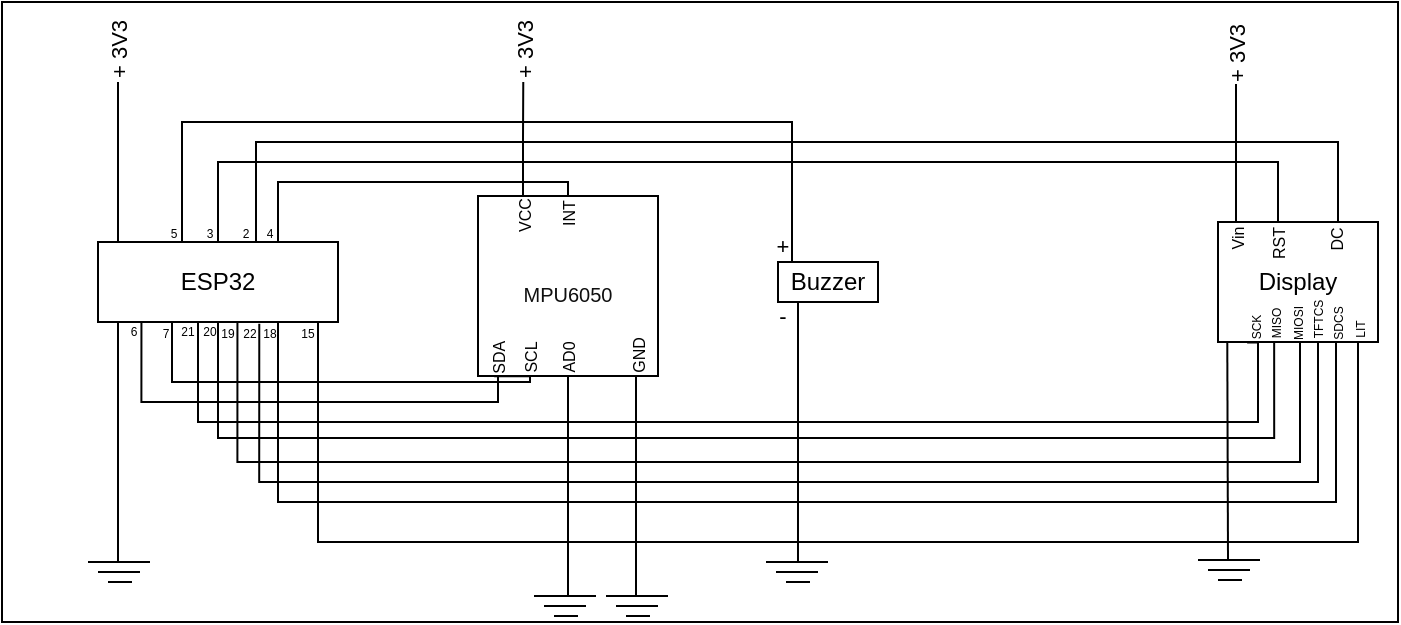
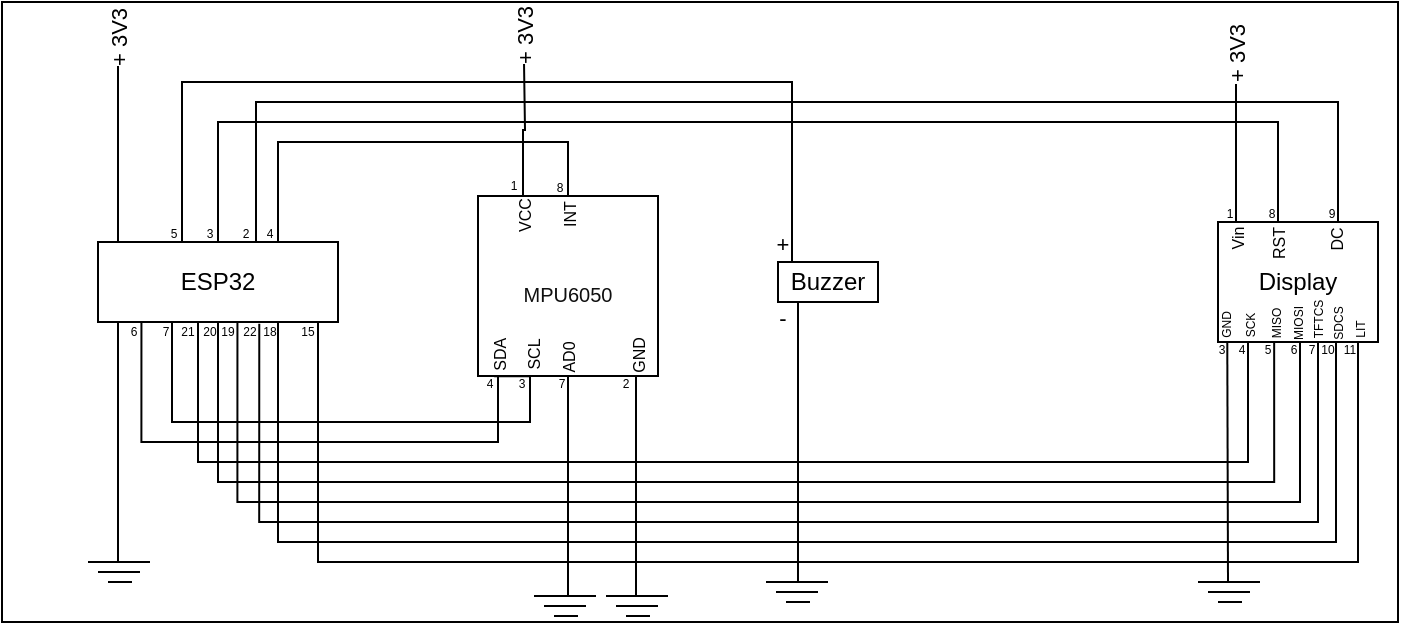
<mxfile host="app.diagrams.net">
  <diagram name="Página-1" id="3mdXJZLU5ReH_3lBkEa-">
-     <mxGraphModel dx="1228" dy="539" grid="1" gridSize="10" guides="1" tooltips="1" connect="1" arrows="1" fold="1" page="1" pageScale="1" pageWidth="3300" pageHeight="2339" math="0" shadow="0">
+     <mxGraphModel dx="834" dy="327" grid="1" gridSize="10" guides="1" tooltips="1" connect="1" arrows="1" fold="1" page="1" pageScale="1" pageWidth="3300" pageHeight="2339" math="0" shadow="0">
      <root>
        <mxCell id="0" />
        <mxCell id="1" parent="0" />
        <mxCell id="qz3H1VhhWzxwf0fb9j13-52" parent="1" style="rounded=0;whiteSpace=wrap;html=1;" value="" vertex="1">
          <mxGeometry height="310" width="698" x="112" as="geometry" />
        </mxCell>
        <mxCell id="qz3H1VhhWzxwf0fb9j13-23" edge="1" parent="1" source="y2I1mGpYqt_pXc-Sz4LI-9" style="edgeStyle=orthogonalEdgeStyle;rounded=0;orthogonalLoop=1;jettySize=auto;html=1;exitX=0.25;exitY=0;exitDx=0;exitDy=0;endArrow=none;endFill=0;">
          <mxGeometry relative="1" as="geometry">
-             <mxPoint x="372.6363636363636" y="40" as="targetPoint" />
+             <mxPoint x="373" y="30" as="targetPoint" />
          </mxGeometry>
        </mxCell>
        <mxCell id="y2I1mGpYqt_pXc-Sz4LI-9" parent="1" style="whiteSpace=wrap;html=1;aspect=fixed;" value="&lt;h1 class=&quot;title&quot; style=&quot;box-sizing: border-box; -webkit-tap-highlight-color: rgba(0, 0, 0, 0); grid-area: title; margin: 0px; color: rgb(15, 15, 15); display: -webkit-box; -webkit-line-clamp: 4; -webkit-box-orient: vertical; text-overflow: ellipsis; text-align: start; line-height: 1.2 !important; font-weight: 400 !important;&quot;&gt;&lt;font face=&quot;Helvetica&quot; style=&quot;font-size: 10px;&quot;&gt;MPU6050&lt;/font&gt;&lt;/h1&gt;" vertex="1">
          <mxGeometry height="90" width="90" x="350" y="97" as="geometry" />
        </mxCell>
        <mxCell id="y2I1mGpYqt_pXc-Sz4LI-19" edge="1" parent="1" source="y2I1mGpYqt_pXc-Sz4LI-1" style="edgeStyle=orthogonalEdgeStyle;rounded=0;orthogonalLoop=1;jettySize=auto;html=1;exitX=0.181;exitY=0.996;exitDx=0;exitDy=0;startArrow=none;startFill=0;endArrow=none;endFill=0;exitPerimeter=0;">
          <mxGeometry relative="1" as="geometry">
            <Array as="points">
-               <mxPoint x="182" y="200" />
-               <mxPoint x="360" y="200" />
+               <mxPoint x="182" y="220" />
+               <mxPoint x="360" y="220" />
            </Array>
            <mxPoint x="360" y="187" as="targetPoint" />
          </mxGeometry>
        </mxCell>
        <mxCell id="y2I1mGpYqt_pXc-Sz4LI-20" connectable="0" parent="y2I1mGpYqt_pXc-Sz4LI-19" style="edgeLabel;html=1;align=center;verticalAlign=middle;resizable=0;points=[];rotation=-90;" value="&lt;font style=&quot;font-size: 8px;&quot;&gt;SDA&amp;nbsp;&lt;/font&gt;" vertex="1">
          <mxGeometry relative="1" x="0.3338" y="-2" as="geometry">
-             <mxPoint x="63" y="-25" as="offset" />
+             <mxPoint x="57" y="-46" as="offset" />
          </mxGeometry>
        </mxCell>
        <mxCell id="y2I1mGpYqt_pXc-Sz4LI-24" edge="1" parent="1" source="y2I1mGpYqt_pXc-Sz4LI-1" style="edgeStyle=orthogonalEdgeStyle;rounded=0;orthogonalLoop=1;jettySize=auto;html=1;exitX=0.75;exitY=0;exitDx=0;exitDy=0;entryX=0.5;entryY=0;entryDx=0;entryDy=0;endArrow=none;endFill=0;" target="y2I1mGpYqt_pXc-Sz4LI-9">
          <mxGeometry relative="1" as="geometry">
            <Array as="points">
-               <mxPoint x="250" y="90" />
-               <mxPoint x="395" y="90" />
+               <mxPoint x="250" y="70" />
+               <mxPoint x="395" y="70" />
            </Array>
          </mxGeometry>
        </mxCell>
        <mxCell id="y2I1mGpYqt_pXc-Sz4LI-25" connectable="0" parent="y2I1mGpYqt_pXc-Sz4LI-24" style="edgeLabel;html=1;align=center;verticalAlign=middle;resizable=0;points=[];rotation=-90;" value="&lt;font style=&quot;font-size: 8px;&quot;&gt;INT&lt;/font&gt;" vertex="1">
          <mxGeometry relative="1" x="-0.5736" y="2" as="geometry">
-             <mxPoint x="135" y="18" as="offset" />
+             <mxPoint x="147" y="34" as="offset" />
          </mxGeometry>
        </mxCell>
        <mxCell id="y2I1mGpYqt_pXc-Sz4LI-28" edge="1" parent="1" style="edgeStyle=orthogonalEdgeStyle;rounded=0;orthogonalLoop=1;jettySize=auto;html=1;exitX=0.5;exitY=0;exitDx=0;exitDy=0;entryX=0.5;entryY=0;entryDx=0;entryDy=0;endArrow=none;endFill=0;">
          <mxGeometry relative="1" as="geometry">
            <Array as="points">
-               <mxPoint x="202" y="60" />
-               <mxPoint x="507" y="60" />
+               <mxPoint x="202" y="40" />
+               <mxPoint x="507" y="40" />
            </Array>
            <mxPoint x="202" y="120" as="sourcePoint" />
            <mxPoint x="507" y="130" as="targetPoint" />
          </mxGeometry>
        </mxCell>
        <mxCell id="y2I1mGpYqt_pXc-Sz4LI-30" connectable="0" parent="y2I1mGpYqt_pXc-Sz4LI-28" style="edgeLabel;html=1;align=center;verticalAlign=middle;resizable=0;points=[];" value="&lt;div style=&quot;text-align: start;&quot;&gt;&lt;br&gt;&lt;/div&gt;" vertex="1">
          <mxGeometry relative="1" x="0.8687" y="2" as="geometry">
            <mxPoint as="offset" />
          </mxGeometry>
        </mxCell>
        <mxCell id="y2I1mGpYqt_pXc-Sz4LI-58" connectable="0" parent="y2I1mGpYqt_pXc-Sz4LI-28" style="edgeLabel;html=1;align=center;verticalAlign=middle;resizable=0;points=[];" value="+" vertex="1">
          <mxGeometry relative="1" x="0.9508" y="-2" as="geometry">
            <mxPoint x="-3" y="2" as="offset" />
          </mxGeometry>
        </mxCell>
        <mxCell id="y2I1mGpYqt_pXc-Sz4LI-39" edge="1" parent="1" source="y2I1mGpYqt_pXc-Sz4LI-1" style="edgeStyle=orthogonalEdgeStyle;rounded=0;orthogonalLoop=1;jettySize=auto;html=1;exitX=0.5;exitY=1;exitDx=0;exitDy=0;entryX=0.182;entryY=1.004;entryDx=0;entryDy=0;endArrow=none;endFill=0;entryPerimeter=0;" target="y2I1mGpYqt_pXc-Sz4LI-8">
          <mxGeometry relative="1" as="geometry">
            <Array as="points">
              <mxPoint x="210" y="160" />
-               <mxPoint x="210" y="210" />
-               <mxPoint x="740" y="210" />
-               <mxPoint x="740" y="170" />
+               <mxPoint x="210" y="230" />
+               <mxPoint x="735" y="230" />
+               <mxPoint x="735" y="170" />
            </Array>
          </mxGeometry>
        </mxCell>
        <mxCell id="y2I1mGpYqt_pXc-Sz4LI-47" edge="1" parent="1" source="y2I1mGpYqt_pXc-Sz4LI-1" style="edgeStyle=orthogonalEdgeStyle;rounded=0;orthogonalLoop=1;jettySize=auto;html=1;exitX=0.5;exitY=0;exitDx=0;exitDy=0;entryX=0.25;entryY=0;entryDx=0;entryDy=0;endArrow=none;endFill=0;" target="y2I1mGpYqt_pXc-Sz4LI-8">
          <mxGeometry relative="1" as="geometry">
            <Array as="points">
-               <mxPoint x="220" y="80" />
-               <mxPoint x="750" y="80" />
+               <mxPoint x="220" y="60" />
+               <mxPoint x="750" y="60" />
              <mxPoint x="750" y="110" />
            </Array>
          </mxGeometry>
        </mxCell>
        <mxCell id="y2I1mGpYqt_pXc-Sz4LI-1" parent="1" style="rounded=0;whiteSpace=wrap;html=1;" value="ESP32" vertex="1">
          <mxGeometry height="40" width="120" x="160" y="120" as="geometry" />
        </mxCell>
        <mxCell id="y2I1mGpYqt_pXc-Sz4LI-4" edge="1" parent="1" style="endArrow=none;html=1;rounded=0;" value="">
          <mxGeometry height="50" relative="1" width="50" as="geometry">
            <mxPoint x="170" y="120" as="sourcePoint" />
-             <mxPoint x="170" y="40" as="targetPoint" />
+             <mxPoint x="170" y="30" as="targetPoint" />
          </mxGeometry>
        </mxCell>
        <mxCell id="y2I1mGpYqt_pXc-Sz4LI-5" connectable="0" parent="y2I1mGpYqt_pXc-Sz4LI-4" style="edgeLabel;html=1;align=center;verticalAlign=middle;resizable=0;points=[];rotation=-90;" value="+ 3V3" vertex="1">
          <mxGeometry relative="1" x="-0.4" y="-2" as="geometry">
-             <mxPoint x="-2" y="-72" as="offset" />
+             <mxPoint x="-2" y="-75" as="offset" />
          </mxGeometry>
        </mxCell>
        <mxCell id="y2I1mGpYqt_pXc-Sz4LI-8" parent="1" style="rounded=0;whiteSpace=wrap;html=1;" value="Display" vertex="1">
          <mxGeometry height="60" width="80" x="720" y="110" as="geometry" />
        </mxCell>
        <mxCell id="y2I1mGpYqt_pXc-Sz4LI-10" edge="1" parent="1" style="endArrow=none;html=1;rounded=0;" value="">
          <mxGeometry height="50" relative="1" width="50" as="geometry">
            <mxPoint x="170" y="280" as="sourcePoint" />
            <mxPoint x="170" y="160" as="targetPoint" />
          </mxGeometry>
        </mxCell>
        <mxCell id="y2I1mGpYqt_pXc-Sz4LI-14" edge="1" parent="1" style="endArrow=none;html=1;rounded=0;" value="">
          <mxGeometry height="50" relative="1" width="50" as="geometry">
            <mxPoint x="429" y="297" as="sourcePoint" />
            <mxPoint x="429" y="187" as="targetPoint" />
          </mxGeometry>
        </mxCell>
        <mxCell id="y2I1mGpYqt_pXc-Sz4LI-15" connectable="0" parent="y2I1mGpYqt_pXc-Sz4LI-14" style="edgeLabel;html=1;align=center;verticalAlign=middle;resizable=0;points=[];rotation=-90;" value="&lt;font style=&quot;font-size: 8px;&quot;&gt;GND&lt;/font&gt;" vertex="1">
          <mxGeometry relative="1" x="-0.4" y="-2" as="geometry">
            <mxPoint x="-2" y="-87" as="offset" />
          </mxGeometry>
        </mxCell>
        <mxCell id="y2I1mGpYqt_pXc-Sz4LI-16" edge="1" parent="1" style="endArrow=none;html=1;rounded=0;entryX=0.333;entryY=0.833;entryDx=0;entryDy=0;entryPerimeter=0;" value="">
          <mxGeometry height="50" relative="1" width="50" as="geometry">
-             <mxPoint x="510" y="280" as="sourcePoint" />
+             <mxPoint x="510" y="290" as="sourcePoint" />
            <mxPoint x="509.99" y="149.99" as="targetPoint" />
          </mxGeometry>
        </mxCell>
        <mxCell id="y2I1mGpYqt_pXc-Sz4LI-59" connectable="0" parent="y2I1mGpYqt_pXc-Sz4LI-16" style="edgeLabel;html=1;align=center;verticalAlign=middle;resizable=0;points=[];" value="-" vertex="1">
          <mxGeometry relative="1" x="0.8884" as="geometry">
            <mxPoint x="-8" as="offset" />
          </mxGeometry>
        </mxCell>
        <mxCell id="y2I1mGpYqt_pXc-Sz4LI-18" parent="1" style="rounded=0;whiteSpace=wrap;html=1;" value="Buzzer" vertex="1">
          <mxGeometry height="20" width="50" x="500" y="130" as="geometry" />
        </mxCell>
        <mxCell id="y2I1mGpYqt_pXc-Sz4LI-22" edge="1" parent="1" style="edgeStyle=orthogonalEdgeStyle;rounded=0;orthogonalLoop=1;jettySize=auto;html=1;exitX=0.5;exitY=1;exitDx=0;exitDy=0;entryX=0.09;entryY=1.001;entryDx=0;entryDy=0;entryPerimeter=0;endArrow=none;endFill=0;" target="y2I1mGpYqt_pXc-Sz4LI-9">
          <mxGeometry relative="1" as="geometry">
            <Array as="points">
-               <mxPoint x="197" y="190" />
-               <mxPoint x="376" y="190" />
+               <mxPoint x="197" y="210" />
+               <mxPoint x="376" y="210" />
              <mxPoint x="376" y="187" />
            </Array>
            <mxPoint x="197" y="160" as="sourcePoint" />
            <mxPoint x="377" y="170" as="targetPoint" />
          </mxGeometry>
        </mxCell>
        <mxCell id="y2I1mGpYqt_pXc-Sz4LI-23" connectable="0" parent="y2I1mGpYqt_pXc-Sz4LI-22" style="edgeLabel;html=1;align=center;verticalAlign=middle;resizable=0;points=[];rotation=-90;fillColor=none;" value="&lt;font style=&quot;font-size: 8px;&quot;&gt;SCL&lt;/font&gt;" vertex="1">
          <mxGeometry relative="1" x="0.1246" y="1" as="geometry">
-             <mxPoint x="79" y="-11" as="offset" />
+             <mxPoint x="78" y="-32" as="offset" />
          </mxGeometry>
        </mxCell>
        <mxCell id="y2I1mGpYqt_pXc-Sz4LI-26" edge="1" parent="1" style="endArrow=none;html=1;rounded=0;" value="">
          <mxGeometry height="50" relative="1" width="50" as="geometry">
            <mxPoint x="395" y="297" as="sourcePoint" />
            <mxPoint x="395" y="187" as="targetPoint" />
          </mxGeometry>
        </mxCell>
        <mxCell id="y2I1mGpYqt_pXc-Sz4LI-27" connectable="0" parent="y2I1mGpYqt_pXc-Sz4LI-26" style="edgeLabel;html=1;align=center;verticalAlign=middle;resizable=0;points=[];rotation=-90;" value="&lt;font style=&quot;font-size: 8px;&quot;&gt;AD0&lt;/font&gt;" vertex="1">
          <mxGeometry relative="1" x="-0.4" y="-2" as="geometry">
            <mxPoint x="-3" y="-86" as="offset" />
          </mxGeometry>
        </mxCell>
        <mxCell id="y2I1mGpYqt_pXc-Sz4LI-32" edge="1" parent="1" style="endArrow=none;html=1;rounded=0;" value="">
          <mxGeometry height="50" relative="1" width="50" as="geometry">
            <mxPoint x="729" y="110" as="sourcePoint" />
            <mxPoint x="729" y="41" as="targetPoint" />
          </mxGeometry>
        </mxCell>
        <mxCell id="y2I1mGpYqt_pXc-Sz4LI-33" connectable="0" parent="y2I1mGpYqt_pXc-Sz4LI-32" style="edgeLabel;html=1;align=center;verticalAlign=middle;resizable=0;points=[];rotation=-90;" value="&lt;font style=&quot;font-size: 8px;&quot;&gt;Vin&lt;/font&gt;" vertex="1">
          <mxGeometry relative="1" x="-0.4" y="-2" as="geometry">
            <mxPoint x="-2" y="29" as="offset" />
          </mxGeometry>
        </mxCell>
        <mxCell id="y2I1mGpYqt_pXc-Sz4LI-34" edge="1" parent="1" style="endArrow=none;html=1;rounded=0;entryX=0.058;entryY=1.016;entryDx=0;entryDy=0;entryPerimeter=0;" value="">
          <mxGeometry height="50" relative="1" width="50" as="geometry">
-             <mxPoint x="725" y="279" as="sourcePoint" />
+             <mxPoint x="725" y="290" as="sourcePoint" />
            <mxPoint x="724.6400000000001" y="169.95999999999998" as="targetPoint" />
          </mxGeometry>
        </mxCell>
        <mxCell id="y2I1mGpYqt_pXc-Sz4LI-41" edge="1" parent="1" style="edgeStyle=orthogonalEdgeStyle;rounded=0;orthogonalLoop=1;jettySize=auto;html=1;entryX=0.351;entryY=0.998;entryDx=0;entryDy=0;endArrow=none;endFill=0;entryPerimeter=0;" target="y2I1mGpYqt_pXc-Sz4LI-8">
          <mxGeometry relative="1" as="geometry">
            <Array as="points">
-               <mxPoint x="220" y="218" />
-               <mxPoint x="748" y="218" />
+               <mxPoint x="220" y="240" />
+               <mxPoint x="748" y="240" />
            </Array>
            <mxPoint x="220" y="160" as="sourcePoint" />
            <mxPoint x="748.64" y="168.45999999999998" as="targetPoint" />
          </mxGeometry>
        </mxCell>
        <mxCell id="y2I1mGpYqt_pXc-Sz4LI-43" edge="1" parent="1" source="y2I1mGpYqt_pXc-Sz4LI-1" style="edgeStyle=orthogonalEdgeStyle;rounded=0;orthogonalLoop=1;jettySize=auto;html=1;exitX=0.581;exitY=0.998;exitDx=0;exitDy=0;endArrow=none;endFill=0;exitPerimeter=0;">
          <mxGeometry relative="1" as="geometry">
            <Array as="points">
-               <mxPoint x="230" y="230" />
-               <mxPoint x="761" y="230" />
+               <mxPoint x="230" y="250" />
+               <mxPoint x="761" y="250" />
            </Array>
            <mxPoint x="241" y="160" as="sourcePoint" />
            <mxPoint x="761" y="170" as="targetPoint" />
          </mxGeometry>
        </mxCell>
        <mxCell id="y2I1mGpYqt_pXc-Sz4LI-45" edge="1" parent="1" source="y2I1mGpYqt_pXc-Sz4LI-1" style="edgeStyle=orthogonalEdgeStyle;rounded=0;orthogonalLoop=1;jettySize=auto;html=1;exitX=0.672;exitY=1.023;exitDx=0;exitDy=0;endArrow=none;endFill=0;exitPerimeter=0;">
          <mxGeometry relative="1" as="geometry">
            <Array as="points">
-               <mxPoint x="241" y="240" />
-               <mxPoint x="770" y="240" />
+               <mxPoint x="241" y="260" />
+               <mxPoint x="770" y="260" />
            </Array>
            <mxPoint x="250" y="160" as="sourcePoint" />
            <mxPoint x="770" y="170" as="targetPoint" />
          </mxGeometry>
        </mxCell>
        <mxCell id="y2I1mGpYqt_pXc-Sz4LI-49" edge="1" parent="1" style="edgeStyle=orthogonalEdgeStyle;rounded=0;orthogonalLoop=1;jettySize=auto;html=1;exitX=0.5;exitY=0;exitDx=0;exitDy=0;entryX=0.25;entryY=0;entryDx=0;entryDy=0;endArrow=none;endFill=0;">
          <mxGeometry relative="1" as="geometry">
            <Array as="points">
-               <mxPoint x="239" y="70" />
-               <mxPoint x="780" y="70" />
+               <mxPoint x="239" y="50" />
+               <mxPoint x="780" y="50" />
              <mxPoint x="780" y="110" />
            </Array>
            <mxPoint x="239" y="120" as="sourcePoint" />
            <mxPoint x="759" y="110" as="targetPoint" />
          </mxGeometry>
        </mxCell>
        <mxCell id="y2I1mGpYqt_pXc-Sz4LI-51" edge="1" parent="1" style="edgeStyle=orthogonalEdgeStyle;rounded=0;orthogonalLoop=1;jettySize=auto;html=1;exitX=0.5;exitY=1;exitDx=0;exitDy=0;endArrow=none;endFill=0;">
          <mxGeometry relative="1" as="geometry">
            <Array as="points">
              <mxPoint x="250" y="160" />
-               <mxPoint x="250" y="250" />
-               <mxPoint x="779" y="250" />
+               <mxPoint x="250" y="270" />
+               <mxPoint x="779" y="270" />
            </Array>
            <mxPoint x="259" y="160" as="sourcePoint" />
            <mxPoint x="779" y="170" as="targetPoint" />
          </mxGeometry>
        </mxCell>
        <mxCell id="y2I1mGpYqt_pXc-Sz4LI-55" edge="1" parent="1" style="edgeStyle=orthogonalEdgeStyle;rounded=0;orthogonalLoop=1;jettySize=auto;html=1;exitX=0.5;exitY=1;exitDx=0;exitDy=0;endArrow=none;endFill=0;">
          <mxGeometry relative="1" as="geometry">
            <Array as="points">
-               <mxPoint x="270" y="270" />
-               <mxPoint x="790" y="270" />
+               <mxPoint x="270" y="280" />
+               <mxPoint x="790" y="280" />
            </Array>
            <mxPoint x="270" y="160" as="sourcePoint" />
            <mxPoint x="790" y="170" as="targetPoint" />
          </mxGeometry>
        </mxCell>
        <mxCell id="qz3H1VhhWzxwf0fb9j13-1" parent="1" style="text;html=1;whiteSpace=wrap;strokeColor=none;fillColor=none;align=center;verticalAlign=middle;rounded=0;" value="&lt;font style=&quot;font-size: 6px;&quot;&gt;6&lt;/font&gt;" vertex="1">
          <mxGeometry height="10" width="8" x="174" y="158" as="geometry" />
        </mxCell>
        <mxCell id="qz3H1VhhWzxwf0fb9j13-2" parent="1" style="text;html=1;whiteSpace=wrap;strokeColor=none;fillColor=none;align=center;verticalAlign=middle;rounded=0;" value="&lt;font style=&quot;font-size: 6px;&quot;&gt;7&lt;/font&gt;" vertex="1">
-           <mxGeometry height="10" width="8" x="190" y="159" as="geometry" />
+           <mxGeometry height="10" width="8" x="190" y="158" as="geometry" />
        </mxCell>
        <mxCell id="qz3H1VhhWzxwf0fb9j13-3" parent="1" style="text;html=1;whiteSpace=wrap;strokeColor=none;fillColor=none;align=center;verticalAlign=middle;rounded=0;" value="&lt;font style=&quot;font-size: 6px;&quot;&gt;21&lt;/font&gt;" vertex="1">
          <mxGeometry height="10" width="8" x="201" y="158" as="geometry" />
        </mxCell>
        <mxCell id="qz3H1VhhWzxwf0fb9j13-4" parent="1" style="text;html=1;whiteSpace=wrap;strokeColor=none;fillColor=none;align=center;verticalAlign=middle;rounded=0;" value="&lt;font style=&quot;font-size: 6px;&quot;&gt;20&lt;/font&gt;" vertex="1">
          <mxGeometry height="10" width="8" x="212" y="158" as="geometry" />
        </mxCell>
        <mxCell id="qz3H1VhhWzxwf0fb9j13-5" parent="1" style="text;html=1;whiteSpace=wrap;strokeColor=none;fillColor=none;align=center;verticalAlign=middle;rounded=0;" value="&lt;font style=&quot;font-size: 6px;&quot;&gt;19&lt;/font&gt;" vertex="1">
-           <mxGeometry height="10" width="8" x="221" y="159" as="geometry" />
+           <mxGeometry height="10" width="8" x="221" y="158" as="geometry" />
        </mxCell>
        <mxCell id="qz3H1VhhWzxwf0fb9j13-6" parent="1" style="text;html=1;whiteSpace=wrap;strokeColor=none;fillColor=none;align=center;verticalAlign=middle;rounded=0;" value="&lt;font style=&quot;font-size: 6px;&quot;&gt;22&lt;/font&gt;" vertex="1">
-           <mxGeometry height="10" width="8" x="232" y="159" as="geometry" />
+           <mxGeometry height="10" width="8" x="232" y="158" as="geometry" />
        </mxCell>
        <mxCell id="qz3H1VhhWzxwf0fb9j13-10" parent="1" style="text;html=1;whiteSpace=wrap;strokeColor=none;fillColor=none;align=center;verticalAlign=middle;rounded=0;" value="&lt;font style=&quot;font-size: 6px;&quot;&gt;18&lt;/font&gt;" vertex="1">
-           <mxGeometry height="10" width="8" x="242" y="159" as="geometry" />
+           <mxGeometry height="10" width="8" x="242" y="158" as="geometry" />
        </mxCell>
        <mxCell id="qz3H1VhhWzxwf0fb9j13-12" parent="1" style="text;html=1;whiteSpace=wrap;strokeColor=none;fillColor=none;align=center;verticalAlign=middle;rounded=0;" value="&lt;font style=&quot;font-size: 6px;&quot;&gt;15&lt;/font&gt;" vertex="1">
-           <mxGeometry height="10" width="8" x="261" y="159" as="geometry" />
+           <mxGeometry height="10" width="8" x="261" y="158" as="geometry" />
        </mxCell>
        <mxCell id="qz3H1VhhWzxwf0fb9j13-14" parent="1" style="text;html=1;whiteSpace=wrap;strokeColor=none;fillColor=none;align=center;verticalAlign=middle;rounded=0;" value="&lt;font style=&quot;font-size: 6px;&quot;&gt;5&lt;/font&gt;" vertex="1">
          <mxGeometry height="10" width="8" x="194" y="109" as="geometry" />
        </mxCell>
        <mxCell id="qz3H1VhhWzxwf0fb9j13-16" parent="1" style="text;html=1;whiteSpace=wrap;strokeColor=none;fillColor=none;align=center;verticalAlign=middle;rounded=0;" value="&lt;font style=&quot;font-size: 6px;&quot;&gt;4&lt;/font&gt;" vertex="1">
          <mxGeometry height="10" width="8" x="242" y="109" as="geometry" />
        </mxCell>
        <mxCell id="qz3H1VhhWzxwf0fb9j13-18" connectable="0" parent="1" style="edgeLabel;html=1;align=center;verticalAlign=middle;resizable=0;points=[];rotation=-90;" value="+ 3V3" vertex="1">
-           <mxGeometry x="373" y="24" as="geometry" />
+           <mxGeometry x="373" y="17" as="geometry" />
        </mxCell>
        <mxCell id="qz3H1VhhWzxwf0fb9j13-19" connectable="0" parent="1" style="edgeLabel;html=1;align=center;verticalAlign=middle;resizable=0;points=[];rotation=-90;" value="+ 3V3" vertex="1">
          <mxGeometry x="671" y="102" as="geometry">
            <mxPoint x="76" y="57.99999999999999" as="offset" />
          </mxGeometry>
        </mxCell>
        <mxCell id="qz3H1VhhWzxwf0fb9j13-20" parent="1" style="text;html=1;whiteSpace=wrap;strokeColor=none;fillColor=none;align=center;verticalAlign=middle;rounded=0;" value="&lt;font style=&quot;font-size: 6px;&quot;&gt;2&lt;/font&gt;" vertex="1">
          <mxGeometry height="10" width="8" x="230" y="109" as="geometry" />
        </mxCell>
        <mxCell id="qz3H1VhhWzxwf0fb9j13-21" parent="1" style="text;html=1;whiteSpace=wrap;strokeColor=none;fillColor=none;align=center;verticalAlign=middle;rounded=0;" value="&lt;font style=&quot;font-size: 6px;&quot;&gt;3&lt;/font&gt;" vertex="1">
          <mxGeometry height="10" width="8" x="212" y="109" as="geometry" />
        </mxCell>
        <mxCell id="qz3H1VhhWzxwf0fb9j13-28" connectable="0" parent="1" style="group" value="" vertex="1">
          <mxGeometry height="10" width="31" x="155" y="280" as="geometry" />
        </mxCell>
        <mxCell id="qz3H1VhhWzxwf0fb9j13-24" edge="1" parent="qz3H1VhhWzxwf0fb9j13-28" style="endArrow=none;html=1;rounded=0;" value="">
          <mxGeometry height="50" relative="1" width="50" as="geometry">
            <mxPoint as="sourcePoint" />
            <mxPoint x="31" as="targetPoint" />
          </mxGeometry>
        </mxCell>
        <mxCell id="qz3H1VhhWzxwf0fb9j13-26" edge="1" parent="qz3H1VhhWzxwf0fb9j13-28" style="endArrow=none;html=1;rounded=0;" value="">
          <mxGeometry height="50" relative="1" width="50" as="geometry">
            <mxPoint x="5" y="5" as="sourcePoint" />
            <mxPoint x="26" y="5" as="targetPoint" />
          </mxGeometry>
        </mxCell>
        <mxCell id="qz3H1VhhWzxwf0fb9j13-27" edge="1" parent="qz3H1VhhWzxwf0fb9j13-28" style="endArrow=none;html=1;rounded=0;" value="">
          <mxGeometry height="50" relative="1" width="50" as="geometry">
            <mxPoint x="10" y="10" as="sourcePoint" />
            <mxPoint x="22" y="10" as="targetPoint" />
          </mxGeometry>
        </mxCell>
        <mxCell id="qz3H1VhhWzxwf0fb9j13-29" connectable="0" parent="1" style="group" value="" vertex="1">
          <mxGeometry height="10" width="31" x="378" y="297" as="geometry" />
        </mxCell>
        <mxCell id="qz3H1VhhWzxwf0fb9j13-30" edge="1" parent="qz3H1VhhWzxwf0fb9j13-29" style="endArrow=none;html=1;rounded=0;" value="">
          <mxGeometry height="50" relative="1" width="50" as="geometry">
            <mxPoint as="sourcePoint" />
            <mxPoint x="31" as="targetPoint" />
          </mxGeometry>
        </mxCell>
        <mxCell id="qz3H1VhhWzxwf0fb9j13-31" edge="1" parent="qz3H1VhhWzxwf0fb9j13-29" style="endArrow=none;html=1;rounded=0;" value="">
          <mxGeometry height="50" relative="1" width="50" as="geometry">
            <mxPoint x="5" y="5" as="sourcePoint" />
            <mxPoint x="26" y="5" as="targetPoint" />
          </mxGeometry>
        </mxCell>
        <mxCell id="qz3H1VhhWzxwf0fb9j13-32" edge="1" parent="qz3H1VhhWzxwf0fb9j13-29" style="endArrow=none;html=1;rounded=0;" value="">
          <mxGeometry height="50" relative="1" width="50" as="geometry">
            <mxPoint x="10" y="10" as="sourcePoint" />
            <mxPoint x="22" y="10" as="targetPoint" />
          </mxGeometry>
        </mxCell>
        <mxCell id="qz3H1VhhWzxwf0fb9j13-33" connectable="0" parent="1" style="edgeLabel;html=1;align=center;verticalAlign=middle;resizable=0;points=[];rotation=-90;" value="&lt;font style=&quot;font-size: 8px;&quot;&gt;VCC&lt;/font&gt;" vertex="1">
          <mxGeometry x="372" y="107" as="geometry" />
        </mxCell>
        <mxCell id="qz3H1VhhWzxwf0fb9j13-35" connectable="0" parent="1" style="group" value="" vertex="1">
-           <mxGeometry height="10" width="31" x="494" y="280" as="geometry" />
+           <mxGeometry height="10" width="31" x="494" y="290" as="geometry" />
        </mxCell>
        <mxCell id="qz3H1VhhWzxwf0fb9j13-36" edge="1" parent="qz3H1VhhWzxwf0fb9j13-35" style="endArrow=none;html=1;rounded=0;" value="">
          <mxGeometry height="50" relative="1" width="50" as="geometry">
            <mxPoint as="sourcePoint" />
            <mxPoint x="31" as="targetPoint" />
          </mxGeometry>
        </mxCell>
        <mxCell id="qz3H1VhhWzxwf0fb9j13-37" edge="1" parent="qz3H1VhhWzxwf0fb9j13-35" style="endArrow=none;html=1;rounded=0;" value="">
          <mxGeometry height="50" relative="1" width="50" as="geometry">
            <mxPoint x="5" y="5" as="sourcePoint" />
            <mxPoint x="26" y="5" as="targetPoint" />
          </mxGeometry>
        </mxCell>
        <mxCell id="qz3H1VhhWzxwf0fb9j13-38" edge="1" parent="qz3H1VhhWzxwf0fb9j13-35" style="endArrow=none;html=1;rounded=0;" value="">
          <mxGeometry height="50" relative="1" width="50" as="geometry">
            <mxPoint x="10" y="10" as="sourcePoint" />
            <mxPoint x="22" y="10" as="targetPoint" />
          </mxGeometry>
        </mxCell>
        <mxCell id="qz3H1VhhWzxwf0fb9j13-39" connectable="0" parent="1" style="group" value="" vertex="1">
-           <mxGeometry height="10" width="31" x="710" y="279" as="geometry" />
+           <mxGeometry height="10" width="31" x="710" y="290" as="geometry" />
        </mxCell>
        <mxCell id="qz3H1VhhWzxwf0fb9j13-40" edge="1" parent="qz3H1VhhWzxwf0fb9j13-39" style="endArrow=none;html=1;rounded=0;" value="">
          <mxGeometry height="50" relative="1" width="50" as="geometry">
            <mxPoint as="sourcePoint" />
            <mxPoint x="31" as="targetPoint" />
          </mxGeometry>
        </mxCell>
        <mxCell id="qz3H1VhhWzxwf0fb9j13-41" edge="1" parent="qz3H1VhhWzxwf0fb9j13-39" style="endArrow=none;html=1;rounded=0;" value="">
          <mxGeometry height="50" relative="1" width="50" as="geometry">
            <mxPoint x="5" y="5" as="sourcePoint" />
            <mxPoint x="26" y="5" as="targetPoint" />
          </mxGeometry>
        </mxCell>
        <mxCell id="qz3H1VhhWzxwf0fb9j13-42" edge="1" parent="qz3H1VhhWzxwf0fb9j13-39" style="endArrow=none;html=1;rounded=0;" value="">
          <mxGeometry height="50" relative="1" width="50" as="geometry">
            <mxPoint x="10" y="10" as="sourcePoint" />
            <mxPoint x="22" y="10" as="targetPoint" />
          </mxGeometry>
        </mxCell>
        <mxCell id="qz3H1VhhWzxwf0fb9j13-43" connectable="0" parent="1" style="edgeLabel;html=1;align=center;verticalAlign=middle;resizable=0;points=[];rotation=-90;" value="&lt;span style=&quot;font-size: 8px;&quot;&gt;RST&lt;/span&gt;" vertex="1">
          <mxGeometry x="749" y="121" as="geometry" />
        </mxCell>
        <mxCell id="qz3H1VhhWzxwf0fb9j13-44" connectable="0" parent="1" style="edgeLabel;html=1;align=center;verticalAlign=middle;resizable=0;points=[];rotation=-90;" value="&lt;font style=&quot;font-size: 8px;&quot;&gt;DC&lt;/font&gt;" vertex="1">
          <mxGeometry x="778" y="119" as="geometry" />
        </mxCell>
        <mxCell id="qz3H1VhhWzxwf0fb9j13-45" connectable="0" parent="1" style="edgeLabel;html=1;align=center;verticalAlign=middle;resizable=0;points=[];rotation=-90;" value="&lt;font style=&quot;font-size: 6px;&quot;&gt;SCK&lt;/font&gt;" vertex="1">
-           <mxGeometry x="739" y="165" as="geometry">
+           <mxGeometry x="736" y="164" as="geometry">
            <mxPoint x="1.9999999999999998" y="-2" as="offset" />
          </mxGeometry>
        </mxCell>
        <mxCell id="qz3H1VhhWzxwf0fb9j13-46" connectable="0" parent="1" style="edgeLabel;html=1;align=center;verticalAlign=middle;resizable=0;points=[];rotation=-90;" value="&lt;font style=&quot;font-size: 6px;&quot;&gt;MISO&lt;/font&gt;" vertex="1">
          <mxGeometry x="717" y="170" as="geometry">
            <mxPoint x="9.000000000000002" y="30" as="offset" />
          </mxGeometry>
        </mxCell>
        <mxCell id="qz3H1VhhWzxwf0fb9j13-47" connectable="0" parent="1" style="edgeLabel;html=1;align=center;verticalAlign=middle;resizable=0;points=[];rotation=-90;" value="&lt;font style=&quot;font-size: 6px;&quot;&gt;MIOSI&lt;/font&gt;" vertex="1">
          <mxGeometry x="758" y="161" as="geometry" />
        </mxCell>
        <mxCell id="qz3H1VhhWzxwf0fb9j13-48" connectable="0" parent="1" style="edgeLabel;html=1;align=center;verticalAlign=middle;resizable=0;points=[];rotation=-90;" value="&lt;font style=&quot;font-size: 6px;&quot;&gt;TFTCS&lt;/font&gt;" vertex="1">
          <mxGeometry x="768" y="159" as="geometry" />
        </mxCell>
        <mxCell id="qz3H1VhhWzxwf0fb9j13-49" connectable="0" parent="1" style="edgeLabel;html=1;align=center;verticalAlign=middle;resizable=0;points=[];rotation=-90;" value="&lt;font style=&quot;font-size: 6px;&quot;&gt;SDCS&lt;/font&gt;" vertex="1">
          <mxGeometry x="778" y="161" as="geometry" />
        </mxCell>
        <mxCell id="qz3H1VhhWzxwf0fb9j13-50" connectable="0" parent="1" style="edgeLabel;html=1;align=center;verticalAlign=middle;resizable=0;points=[];rotation=-90;" value="&lt;font style=&quot;font-size: 6px;&quot;&gt;LIT&lt;/font&gt;" vertex="1">
          <mxGeometry x="789" y="164" as="geometry" />
        </mxCell>
        <mxCell id="qz3H1VhhWzxwf0fb9j13-53" connectable="0" parent="1" style="group" value="" vertex="1">
          <mxGeometry height="10" width="31" x="414" y="297" as="geometry" />
        </mxCell>
        <mxCell id="qz3H1VhhWzxwf0fb9j13-54" edge="1" parent="qz3H1VhhWzxwf0fb9j13-53" style="endArrow=none;html=1;rounded=0;" value="">
          <mxGeometry height="50" relative="1" width="50" as="geometry">
            <mxPoint as="sourcePoint" />
            <mxPoint x="31" as="targetPoint" />
          </mxGeometry>
        </mxCell>
        <mxCell id="qz3H1VhhWzxwf0fb9j13-55" edge="1" parent="qz3H1VhhWzxwf0fb9j13-53" style="endArrow=none;html=1;rounded=0;" value="">
          <mxGeometry height="50" relative="1" width="50" as="geometry">
            <mxPoint x="5" y="5" as="sourcePoint" />
            <mxPoint x="26" y="5" as="targetPoint" />
          </mxGeometry>
        </mxCell>
        <mxCell id="qz3H1VhhWzxwf0fb9j13-56" edge="1" parent="qz3H1VhhWzxwf0fb9j13-53" style="endArrow=none;html=1;rounded=0;" value="">
          <mxGeometry height="50" relative="1" width="50" as="geometry">
            <mxPoint x="10" y="10" as="sourcePoint" />
            <mxPoint x="22" y="10" as="targetPoint" />
          </mxGeometry>
+         </mxCell>
+         <mxCell id="BXuJ5hug_yDaLdrEltRv-1" parent="1" style="text;html=1;whiteSpace=wrap;strokeColor=none;fillColor=none;align=center;verticalAlign=middle;rounded=0;" value="&lt;font style=&quot;font-size: 6px;&quot;&gt;1&lt;/font&gt;" vertex="1">
+           <mxGeometry height="10" width="8" x="364" y="85" as="geometry" />
+         </mxCell>
+         <mxCell id="BXuJ5hug_yDaLdrEltRv-4" parent="1" style="text;html=1;whiteSpace=wrap;strokeColor=none;fillColor=none;align=center;verticalAlign=middle;rounded=0;" value="&lt;font style=&quot;font-size: 6px;&quot;&gt;2&lt;/font&gt;" vertex="1">
+           <mxGeometry height="10" width="8" x="420" y="184" as="geometry" />
+         </mxCell>
+         <mxCell id="BXuJ5hug_yDaLdrEltRv-5" parent="1" style="text;html=1;whiteSpace=wrap;strokeColor=none;fillColor=none;align=center;verticalAlign=middle;rounded=0;" value="&lt;font style=&quot;font-size: 6px;&quot;&gt;3&lt;/font&gt;" vertex="1">
+           <mxGeometry height="10" width="8" x="368" y="184" as="geometry" />
+         </mxCell>
+         <mxCell id="BXuJ5hug_yDaLdrEltRv-6" parent="1" style="text;html=1;whiteSpace=wrap;strokeColor=none;fillColor=none;align=center;verticalAlign=middle;rounded=0;" value="&lt;font style=&quot;font-size: 6px;&quot;&gt;4&lt;/font&gt;" vertex="1">
+           <mxGeometry height="10" width="8" x="352" y="184" as="geometry" />
+         </mxCell>
+         <mxCell id="BXuJ5hug_yDaLdrEltRv-8" parent="1" style="text;html=1;whiteSpace=wrap;strokeColor=none;fillColor=none;align=center;verticalAlign=middle;rounded=0;" value="&lt;font style=&quot;font-size: 6px;&quot;&gt;7&lt;/font&gt;" vertex="1">
+           <mxGeometry height="10" width="8" x="388" y="184" as="geometry" />
+         </mxCell>
+         <mxCell id="BXuJ5hug_yDaLdrEltRv-9" parent="1" style="text;html=1;whiteSpace=wrap;strokeColor=none;fillColor=none;align=center;verticalAlign=middle;rounded=0;" value="&lt;font style=&quot;font-size: 6px;&quot;&gt;8&lt;/font&gt;" vertex="1">
+           <mxGeometry height="10" width="8" x="387" y="86" as="geometry" />
+         </mxCell>
+         <mxCell id="BXuJ5hug_yDaLdrEltRv-11" parent="1" style="text;html=1;whiteSpace=wrap;strokeColor=none;fillColor=none;align=center;verticalAlign=middle;rounded=0;rotation=-90;" value="&lt;font style=&quot;font-size: 6px;&quot;&gt;GND&lt;/font&gt;" vertex="1">
+           <mxGeometry width="10" x="717" y="161" as="geometry" />
+         </mxCell>
+         <mxCell id="BXuJ5hug_yDaLdrEltRv-12" parent="1" style="text;html=1;whiteSpace=wrap;strokeColor=none;fillColor=none;align=center;verticalAlign=middle;rounded=0;" value="&lt;font style=&quot;font-size: 6px;&quot;&gt;1&lt;/font&gt;" vertex="1">
+           <mxGeometry height="9" width="2" x="725" y="99" as="geometry" />
+         </mxCell>
+         <mxCell id="BXuJ5hug_yDaLdrEltRv-13" parent="1" style="text;html=1;whiteSpace=wrap;strokeColor=none;fillColor=none;align=center;verticalAlign=middle;rounded=0;" value="&lt;font style=&quot;font-size: 6px;&quot;&gt;3&lt;/font&gt;" vertex="1">
+           <mxGeometry height="9" width="2" x="721" y="167" as="geometry" />
+         </mxCell>
+         <mxCell id="BXuJ5hug_yDaLdrEltRv-14" parent="1" style="text;html=1;whiteSpace=wrap;strokeColor=none;fillColor=none;align=center;verticalAlign=middle;rounded=0;" value="&lt;font style=&quot;font-size: 6px;&quot;&gt;4&lt;/font&gt;" vertex="1">
+           <mxGeometry height="9" width="2" x="731" y="167" as="geometry" />
+         </mxCell>
+         <mxCell id="BXuJ5hug_yDaLdrEltRv-15" parent="1" style="text;html=1;whiteSpace=wrap;strokeColor=none;fillColor=none;align=center;verticalAlign=middle;rounded=0;" value="&lt;font style=&quot;font-size: 6px;&quot;&gt;5&lt;/font&gt;" vertex="1">
+           <mxGeometry height="9" width="2" x="744" y="167" as="geometry" />
+         </mxCell>
+         <mxCell id="BXuJ5hug_yDaLdrEltRv-16" parent="1" style="text;html=1;whiteSpace=wrap;strokeColor=none;fillColor=none;align=center;verticalAlign=middle;rounded=0;" value="&lt;font style=&quot;font-size: 6px;&quot;&gt;6&lt;/font&gt;" vertex="1">
+           <mxGeometry height="9" width="2" x="757" y="167" as="geometry" />
+         </mxCell>
+         <mxCell id="BXuJ5hug_yDaLdrEltRv-17" parent="1" style="text;html=1;whiteSpace=wrap;strokeColor=none;fillColor=none;align=center;verticalAlign=middle;rounded=0;" value="&lt;font style=&quot;font-size: 6px;&quot;&gt;7&lt;/font&gt;" vertex="1">
+           <mxGeometry height="9" width="2" x="766" y="167" as="geometry" />
+         </mxCell>
+         <mxCell id="BXuJ5hug_yDaLdrEltRv-18" parent="1" style="text;html=1;whiteSpace=wrap;strokeColor=none;fillColor=none;align=center;verticalAlign=middle;rounded=0;" value="&lt;font style=&quot;font-size: 6px;&quot;&gt;8&lt;/font&gt;" vertex="1">
+           <mxGeometry height="9" width="2" x="746" y="99" as="geometry" />
+         </mxCell>
+         <mxCell id="BXuJ5hug_yDaLdrEltRv-19" parent="1" style="text;html=1;whiteSpace=wrap;strokeColor=none;fillColor=none;align=center;verticalAlign=middle;rounded=0;" value="&lt;font style=&quot;font-size: 6px;&quot;&gt;9&lt;/font&gt;" vertex="1">
+           <mxGeometry height="9" width="2" x="776" y="99" as="geometry" />
+         </mxCell>
+         <mxCell id="BXuJ5hug_yDaLdrEltRv-20" parent="1" style="text;html=1;whiteSpace=wrap;strokeColor=none;fillColor=none;align=center;verticalAlign=middle;rounded=0;" value="&lt;font style=&quot;font-size: 6px;&quot;&gt;10&lt;/font&gt;" vertex="1">
+           <mxGeometry height="9" width="2" x="774" y="167" as="geometry" />
+         </mxCell>
+         <mxCell id="BXuJ5hug_yDaLdrEltRv-21" parent="1" style="text;html=1;whiteSpace=wrap;strokeColor=none;fillColor=none;align=center;verticalAlign=middle;rounded=0;" value="&lt;font style=&quot;font-size: 6px;&quot;&gt;11&lt;/font&gt;" vertex="1">
+           <mxGeometry height="9" width="2" x="785" y="167" as="geometry" />
        </mxCell>
      </root>
    </mxGraphModel>
  </diagram>
</mxfile>
